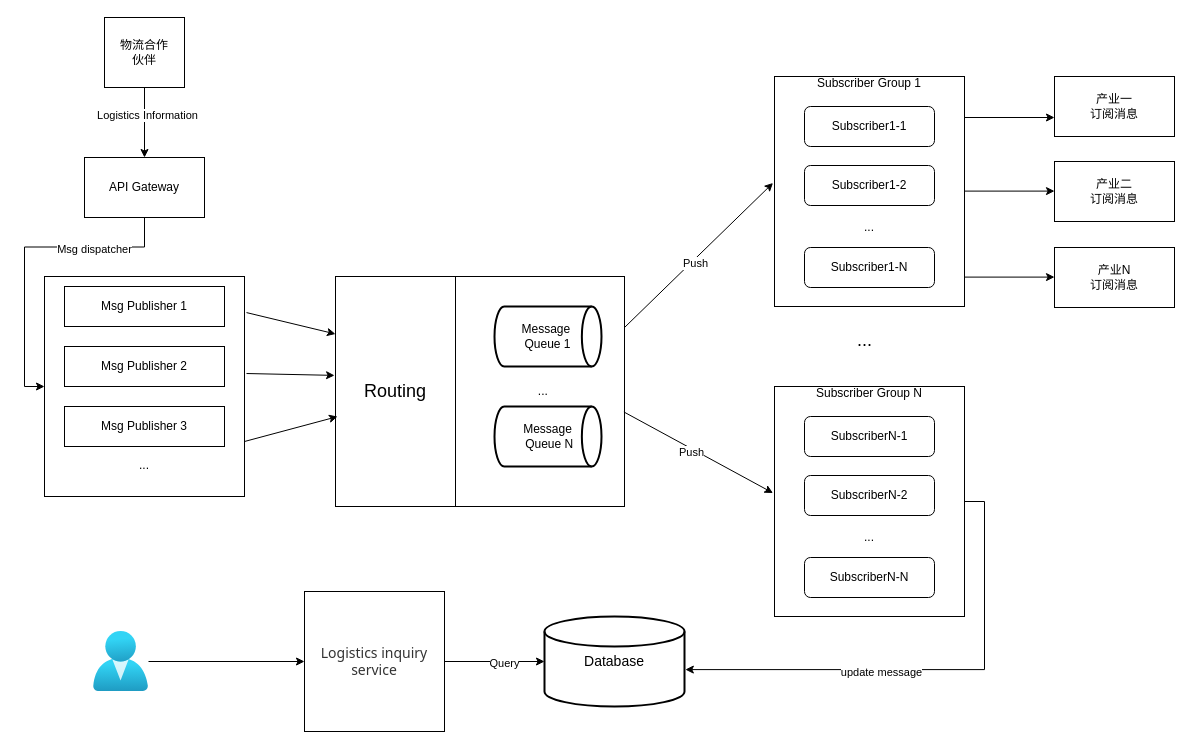
The draw.io diagram public/医药物流监测系统.drawio in leestar991/agi-proxy, before the edit. Source tidied: cells renumbered, new cells numbered last; positions are measured from the earlier drawing's top-left corner, leaving out a move shared by most shapes. Both pictures are drawn from the tidied source at 100%, with x=0, y=0 at pixel (44, 17).
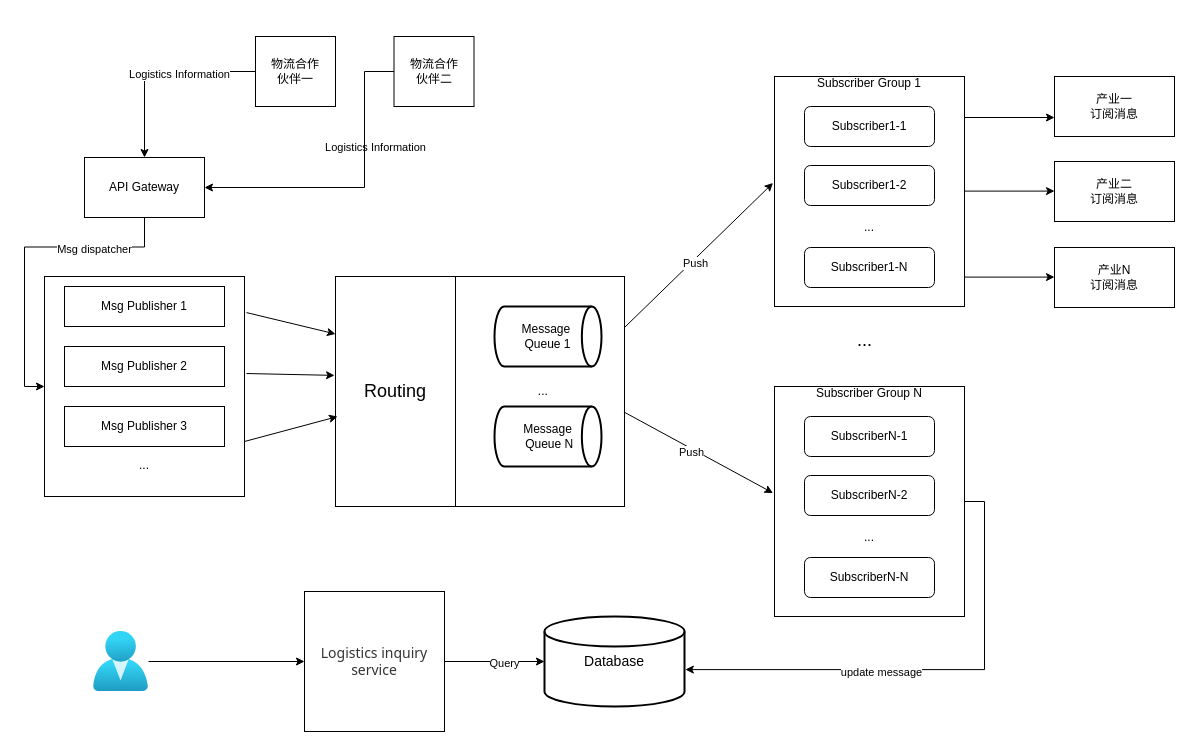
The same page after the edit.

Commit message:
更新医药物流监测系统.drawio

The change refers to these unchanged cells:
```xml
<mxCell id="7" value="API Gateway" style="rounded=0;whiteSpace=wrap;html=1;" parent="1" vertex="1">
  <mxGeometry x="40" y="140" width="120" height="60" as="geometry" />
</mxCell>
```

What changed in the source:
```diff
@@
-    <mxCell id="4" value="物流合作&lt;div&gt;伙伴&lt;/div&gt;" style="rounded=0;whiteSpace=wrap;html=1;" parent="1" vertex="1">
-      <mxGeometry x="60" width="80" height="70" as="geometry" />
+    <mxCell id="4" value="物流合作&lt;div&gt;伙伴一&lt;/div&gt;" style="rounded=0;whiteSpace=wrap;html=1;" parent="1" vertex="1">
+      <mxGeometry x="211" y="19" width="80" height="70" as="geometry" />
     </mxCell>
@@
+    <mxCell id="46" value="Logistics Information" style="edgeLabel;html=1;align=center;verticalAlign=middle;" parent="1" vertex="1">
+      <mxGeometry x="330" y="129" as="geometry" />
+    </mxCell>
+    <mxCell id="47" style="edgeStyle=orthogonalEdgeStyle;rounded=0;jettySize=auto;html=1;entryX=1;entryY=0.5;entryDx=0;entryDy=0;" parent="1" edge="1" source="48" target="7">
+      <mxGeometry relative="1" as="geometry">
+        <Array as="points">
+          <mxPoint x="320" y="54" />
+          <mxPoint x="320" y="170" />
+        </Array>
+      </mxGeometry>
+    </mxCell>
+    <mxCell id="48" value="物流合作&lt;div&gt;伙伴二&lt;/div&gt;" style="rounded=0;whiteSpace=wrap;html=1;" parent="1" vertex="1">
+      <mxGeometry x="349.5" y="19" width="80" height="70" as="geometry" />
+    </mxCell>
```
